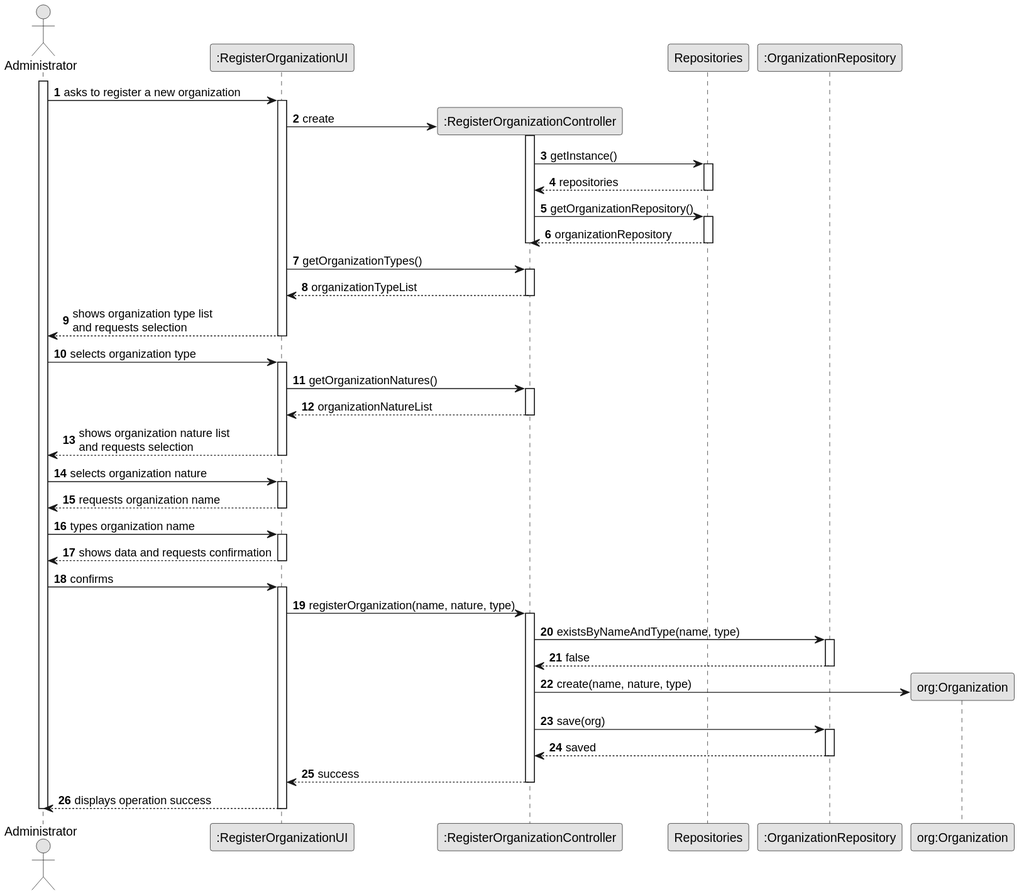
brunodspinto/crystal-clear-platform keeps this PlantUML diagram as docs/system-documentation/US04/03.design/svg/US04-SD.svg. Above is the earlier version. Its source is kept beside it as docs/system-documentation/US04/03.design/puml/US04-SD.puml.
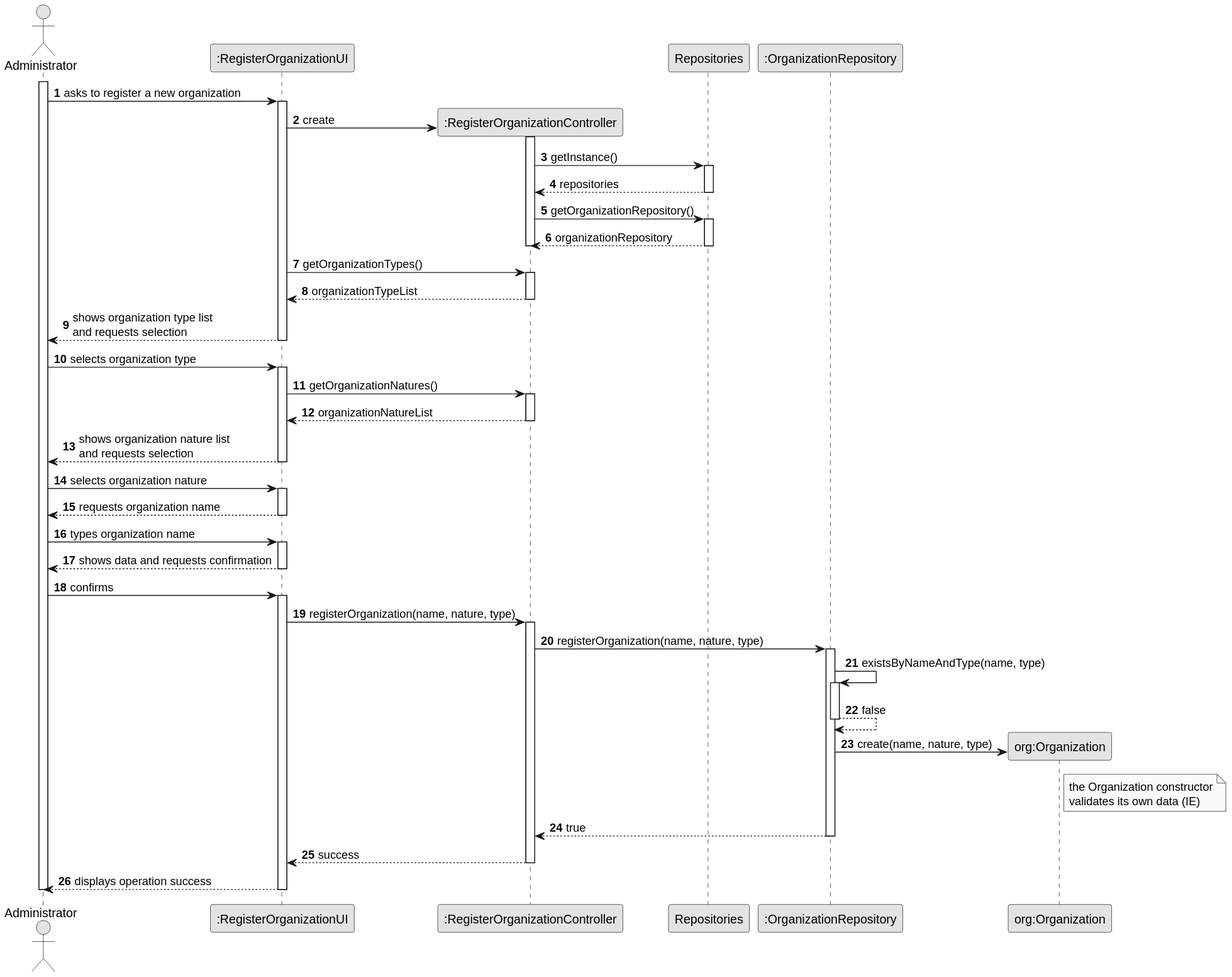
The same diagram one commit later.

Diff of the diagram source:
```diff
@@ -64,16 +64,21 @@
         UI -> CTRL : registerOrganization(name, nature, type)
         activate CTRL
 
-            CTRL -> REPO : existsByNameAndType(name, type)
+            CTRL -> REPO : registerOrganization(name, nature, type)
             activate REPO
-                REPO --> CTRL : false
-            deactivate REPO
 
-            CTRL -> ORG** : create(name, nature, type)
+                REPO -> REPO : existsByNameAndType(name, type)
+                activate REPO
+                    REPO --> REPO : false
+                deactivate REPO
 
-            CTRL -> REPO : save(org)
-            activate REPO
-                REPO --> CTRL : saved
+                REPO -> ORG** : create(name, nature, type)
+                note right of ORG
+                    the Organization constructor
+                    validates its own data (IE)
+                end note
+
+                REPO --> CTRL : true
             deactivate REPO
 
             CTRL --> UI : success
```
